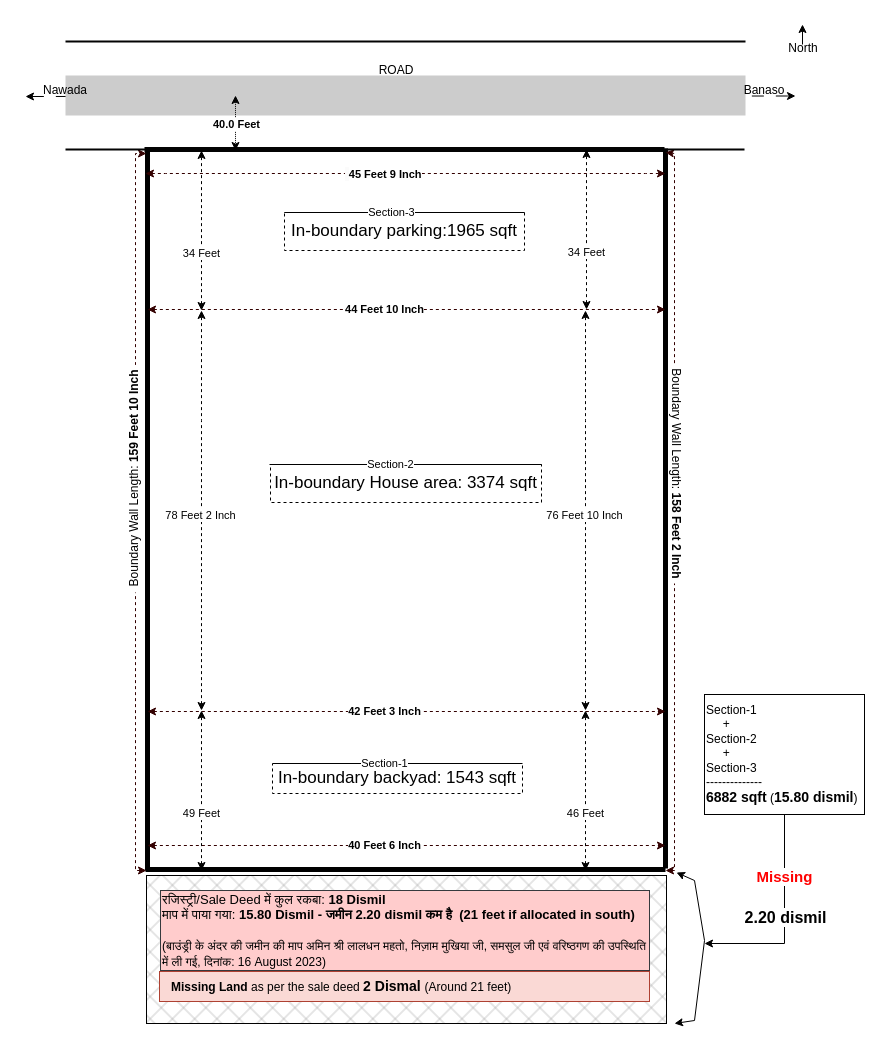
javabrown/draw.io keeps this draw.io diagram as drawing/banaso-land/Untitled Diagram.drawio. Above is the earlier version. Source tidied: cells renumbered, new cells numbered last; positions are measured from the earlier drawing's top-left corner, leaving out a move shared by most shapes. Both pictures are drawn from the tidied source at 100%, with x=0, y=0 at pixel (20, 24).
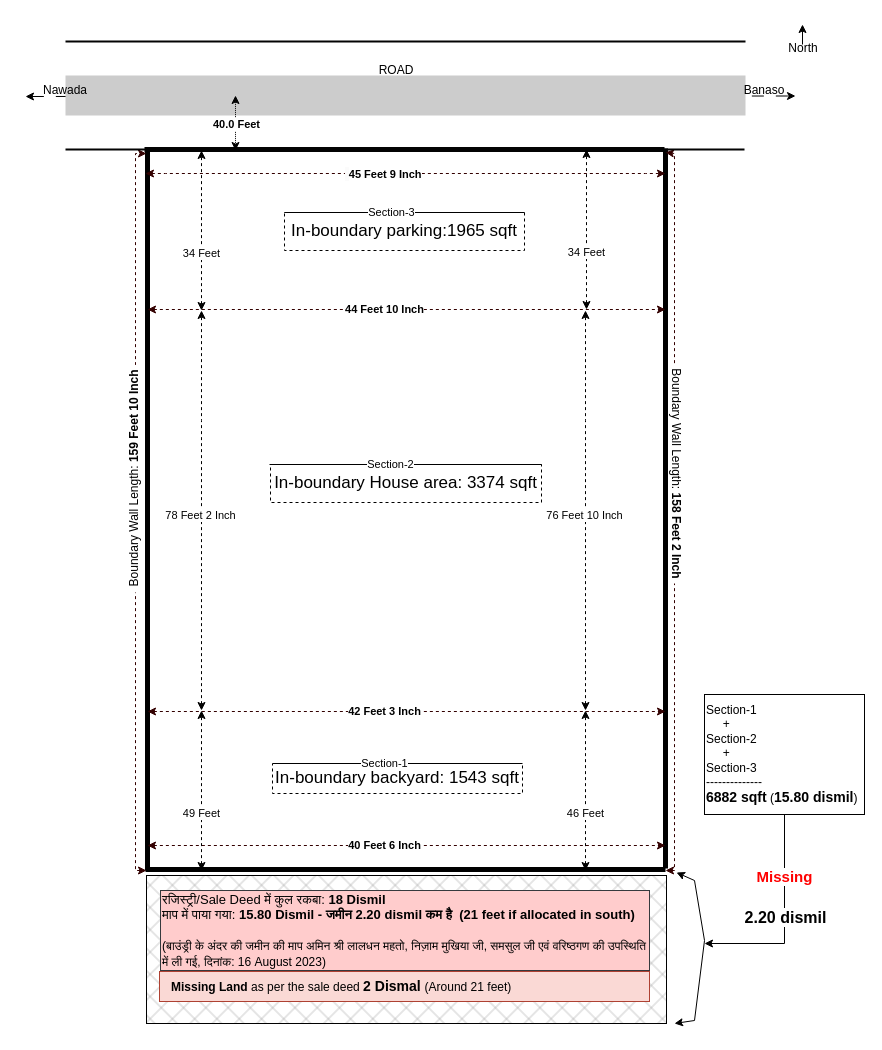
Above is the later version.

What changed in the source:
```diff
@@
-    <mxCell id="46" value="In-boundary backyad: 1543 sqft" style="text;html=1;strokeColor=default;fillColor=none;align=center;verticalAlign=middle;whiteSpace=wrap;rounded=0;strokeWidth=1;fontSize=17;labelBorderColor=none;dashed=1;" parent="1" vertex="1">
+    <mxCell id="46" value="In-boundary backyard: 1543 sqft" style="text;html=1;strokeColor=default;fillColor=none;align=center;verticalAlign=middle;whiteSpace=wrap;rounded=0;strokeWidth=1;fontSize=17;labelBorderColor=none;dashed=1;" parent="1" vertex="1">
       <mxGeometry x="252" y="739" width="250" height="30" as="geometry" />
     </mxCell>
```
